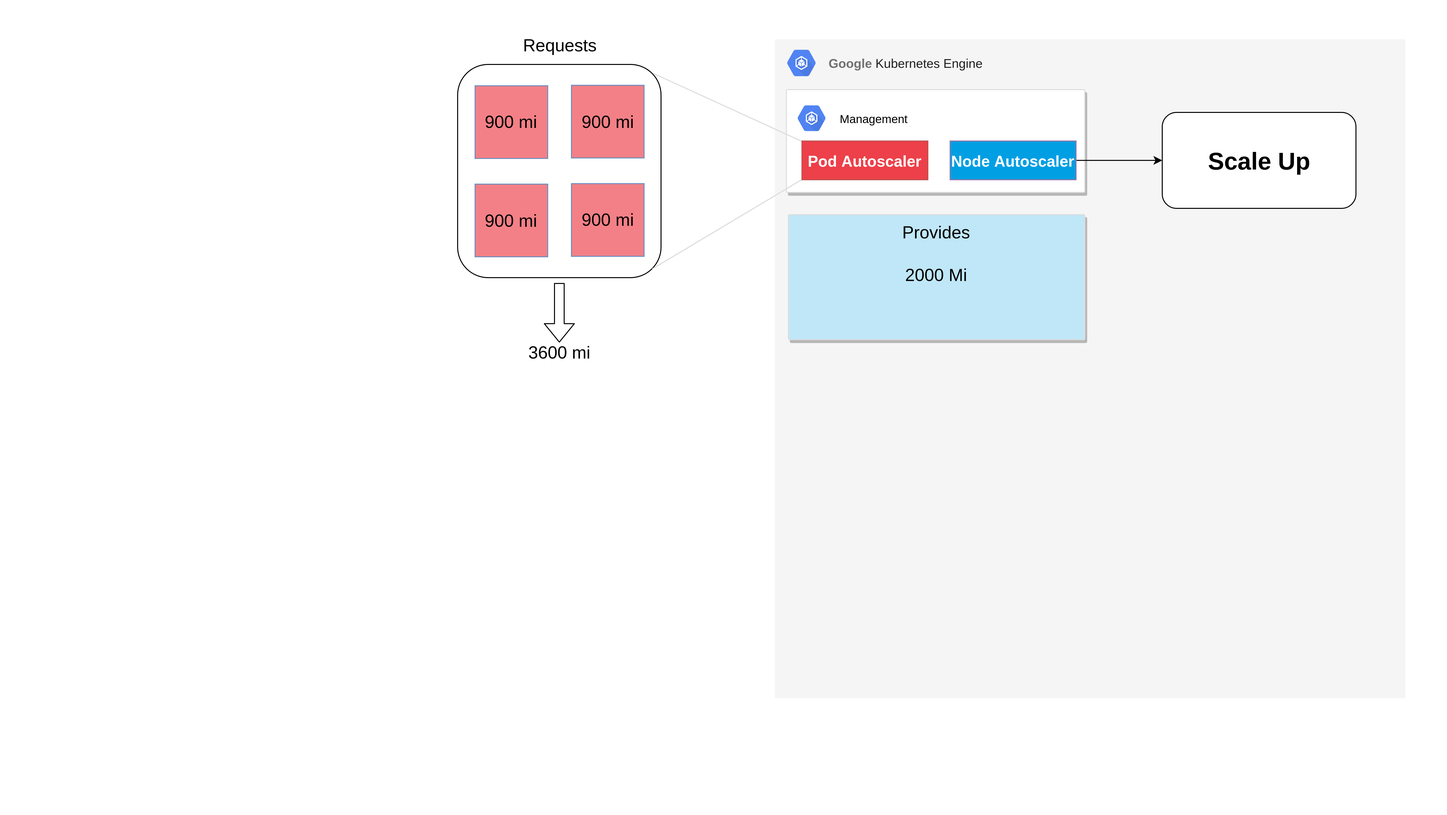
Earlier version of the draw.io export images/k8s-scaling-node-scale1.png (bastiandg/scaling-in-the-cloud). Source tidied: cells renumbered, new cells last; positions are measured from the earlier drawing's top-left corner, leaving out a move shared by most shapes. Source of this version:
```xml
<mxGraphModel background="#ffffff">
  <root>
    <mxCell id="0" />
    <mxCell id="1" parent="0" />
    <mxCell id="2" style="rounded=0;whiteSpace=wrap;html=1;align=left;fillColor=#f5f5f5;strokeColor=none;fontColor=#333333;verticalAlign=top;" parent="1" vertex="1">
      <mxGeometry x="799.5" y="40" width="651" height="680" as="geometry" />
    </mxCell>
    <mxCell id="3" style="html=1;fillColor=#5184F3;strokeColor=none;verticalAlign=top;labelPosition=center;verticalLabelPosition=bottom;align=center;spacingTop=-6;fontSize=11;fontStyle=1;fontColor=#999999;shape=mxgraph.gcp2.hexIcon;prIcon=container_engine;" parent="1" vertex="1">
      <mxGeometry x="804.5" y="44.5" width="45" height="40" as="geometry" />
    </mxCell>
    <mxCell id="4" value="&lt;b style=&quot;font-size: 13px ; text-align: left ; color: rgb(113 , 113 , 113) ; white-space: nowrap&quot;&gt;Google&amp;nbsp;&lt;/b&gt;&lt;span style=&quot;font-size: 13px ; text-align: left ; color: rgb(33 , 33 , 33) ; font-family: &amp;#34;roboto&amp;#34; , sans-serif&quot;&gt;Kubernetes Engine&lt;/span&gt;" style="text;html=1;strokeColor=none;fillColor=none;align=center;verticalAlign=middle;whiteSpace=wrap;rounded=0;" parent="1" vertex="1">
      <mxGeometry x="843.5" y="54.5" width="180" height="20" as="geometry" />
    </mxCell>
    <mxCell id="5" value="Provides&#10;&#10;2000 Mi" style="strokeColor=#dddddd;fillColor=#BFE7F8;shadow=1;strokeWidth=1;rounded=1;absoluteArcSize=1;arcSize=2;verticalAlign=top;fontSize=18;" parent="1" vertex="1">
      <mxGeometry x="813.5" y="221" width="306" height="129" as="geometry" />
    </mxCell>
    <mxCell id="6" style="strokeColor=#dddddd;fillColor=#ffffff;shadow=1;strokeWidth=1;rounded=1;absoluteArcSize=1;arcSize=2;verticalAlign=top;" parent="1" vertex="1">
      <mxGeometry x="811.5" y="92" width="308" height="106" as="geometry" />
    </mxCell>
    <mxCell id="7" style="strokeColor=none;fillColor=none;shadow=1;strokeWidth=1;rounded=1;absoluteArcSize=1;arcSize=2;" parent="1" vertex="1">
      <mxGeometry x="810.5" y="91.5" width="170" height="60" as="geometry" />
    </mxCell>
    <mxCell id="8" value="&lt;font color=&quot;#000000&quot;&gt;Management&lt;/font&gt;" style="dashed=0;html=1;fillColor=#5184F3;strokeColor=none;shape=mxgraph.gcp2.hexIcon;prIcon=container_engine;labelPosition=right;verticalLabelPosition=middle;align=left;verticalAlign=middle;spacingLeft=5;fontColor=#999999;fontSize=12;" parent="7" vertex="1">
      <mxGeometry y="0.5" width="44" height="39" relative="1" as="geometry">
        <mxPoint x="5" y="-19.5" as="offset" />
      </mxGeometry>
    </mxCell>
    <mxCell id="9" style="rounded=1;whiteSpace=wrap;html=1;" parent="1" vertex="1">
      <mxGeometry x="472" y="66" width="210" height="220" as="geometry" />
    </mxCell>
    <mxCell id="10" style="shape=flexArrow;endArrow=classic;html=1;entryX=0.5;entryY=0;entryDx=0;entryDy=0;" parent="1" edge="1" target="11">
      <mxGeometry relative="1" as="geometry">
        <mxPoint x="577" y="291.5" as="sourcePoint" />
      </mxGeometry>
    </mxCell>
    <mxCell id="11" value="3600 mi" style="text;html=1;strokeColor=none;fillColor=none;align=center;verticalAlign=middle;whiteSpace=wrap;rounded=0;fontSize=18;" parent="1" vertex="1">
      <mxGeometry x="538.5" y="353" width="77" height="20" as="geometry" />
    </mxCell>
    <mxCell id="12" style="endArrow=none;html=1;strokeColor=#DBDBDB;entryX=0.962;entryY=0.042;entryDx=0;entryDy=0;entryPerimeter=0;exitX=0;exitY=0.004;exitDx=0;exitDy=0;exitPerimeter=0;" parent="1" edge="1" target="9">
      <mxGeometry relative="1" as="geometry">
        <mxPoint x="827" y="145.2" as="sourcePoint" />
      </mxGeometry>
    </mxCell>
    <mxCell id="13" style="endArrow=none;html=1;strokeColor=#DBDBDB;exitX=0.957;exitY=0.959;exitDx=0;exitDy=0;exitPerimeter=0;entryX=-0.001;entryY=1.003;entryDx=0;entryDy=0;entryPerimeter=0;" parent="1" edge="1" source="9">
      <mxGeometry relative="1" as="geometry">
        <mxPoint x="826.9" y="185.1" as="targetPoint" />
      </mxGeometry>
    </mxCell>
    <mxCell id="14" value="Requests" style="text;html=1;strokeColor=none;fillColor=none;align=center;verticalAlign=middle;whiteSpace=wrap;rounded=0;fontSize=18;" parent="1" vertex="1">
      <mxGeometry x="472" y="36" width="210" height="20" as="geometry" />
    </mxCell>
    <mxCell id="15" value="&lt;font style=&quot;font-size: 25px&quot;&gt;&lt;b&gt;Scale Up&lt;/b&gt;&lt;/font&gt;" style="rounded=1;whiteSpace=wrap;html=1;" parent="1" vertex="1">
      <mxGeometry x="1199.5" y="115.5" width="200" height="99" as="geometry" />
    </mxCell>
    <mxCell id="16" style="endArrow=classic;html=1;entryX=0;entryY=0.5;entryDx=0;entryDy=0;exitX=1;exitY=0.5;exitDx=0;exitDy=0;" parent="1" edge="1" target="15">
      <mxGeometry relative="1" as="geometry">
        <mxPoint x="1110.5" y="165" as="sourcePoint" />
      </mxGeometry>
    </mxCell>
    <mxCell id="17" value="Node Autoscaler" style="rounded=0;html=1;fillColor=#009FE3;strokeColor=#9673a6;fontFamily=Arial;fontSize=16;fontStyle=1;fontColor=#FFFFFF;" parent="1" vertex="1">
      <mxGeometry x="980.5" y="145" width="130" height="40" as="geometry" />
    </mxCell>
    <mxCell id="18" value="Pod Autoscaler" style="rounded=0;html=1;fillColor=#ED404A;strokeColor=#b85450;fontColor=#FFFFFF;fontFamily=Arial;fontSize=16;fontStyle=1;" parent="1" vertex="1">
      <mxGeometry x="827.5" y="145" width="130" height="40" as="geometry" />
    </mxCell>
    <mxCell id="19" style="rounded=0;whiteSpace=wrap;html=1;fillColor=#F38086;strokeColor=#6c8ebf;" parent="1" vertex="1">
      <mxGeometry x="490" y="88" width="75" height="75" as="geometry" />
    </mxCell>
    <mxCell id="20" value="900 mi" style="text;html=1;strokeColor=none;fillColor=none;align=center;verticalAlign=middle;whiteSpace=wrap;rounded=0;fontSize=18;" parent="1" vertex="1">
      <mxGeometry x="490" y="115.5" width="75" height="20" as="geometry" />
    </mxCell>
    <mxCell id="21" style="rounded=0;whiteSpace=wrap;html=1;fillColor=#F38086;strokeColor=#6c8ebf;" parent="1" vertex="1">
      <mxGeometry x="589.5" y="87.5" width="75" height="75" as="geometry" />
    </mxCell>
    <mxCell id="22" value="900 mi" style="text;html=1;strokeColor=none;fillColor=none;align=center;verticalAlign=middle;whiteSpace=wrap;rounded=0;fontSize=18;" parent="1" vertex="1">
      <mxGeometry x="589.5" y="115" width="75" height="20" as="geometry" />
    </mxCell>
    <mxCell id="23" style="rounded=0;whiteSpace=wrap;html=1;fillColor=#F38086;strokeColor=#6c8ebf;" parent="1" vertex="1">
      <mxGeometry x="490" y="189.5" width="75" height="75" as="geometry" />
    </mxCell>
    <mxCell id="24" value="900 mi" style="text;html=1;strokeColor=none;fillColor=none;align=center;verticalAlign=middle;whiteSpace=wrap;rounded=0;fontSize=18;" parent="1" vertex="1">
      <mxGeometry x="490" y="217" width="75" height="20" as="geometry" />
    </mxCell>
    <mxCell id="25" style="rounded=0;whiteSpace=wrap;html=1;fillColor=#F38086;strokeColor=#6c8ebf;" parent="1" vertex="1">
      <mxGeometry x="589.5" y="189" width="75" height="75" as="geometry" />
    </mxCell>
    <mxCell id="26" value="900 mi" style="text;html=1;strokeColor=none;fillColor=none;align=center;verticalAlign=middle;whiteSpace=wrap;rounded=0;fontSize=18;" parent="1" vertex="1">
      <mxGeometry x="589.5" y="216.5" width="75" height="20" as="geometry" />
    </mxCell>
    <mxCell id="27" style="rounded=0;whiteSpace=wrap;html=1;fillColor=none;perimeter=none;backgroundOutline=1;strokeColor=none;" parent="1" vertex="1">
      <mxGeometry width="1493" height="840" as="geometry" />
    </mxCell>
  </root>
</mxGraphModel>
```
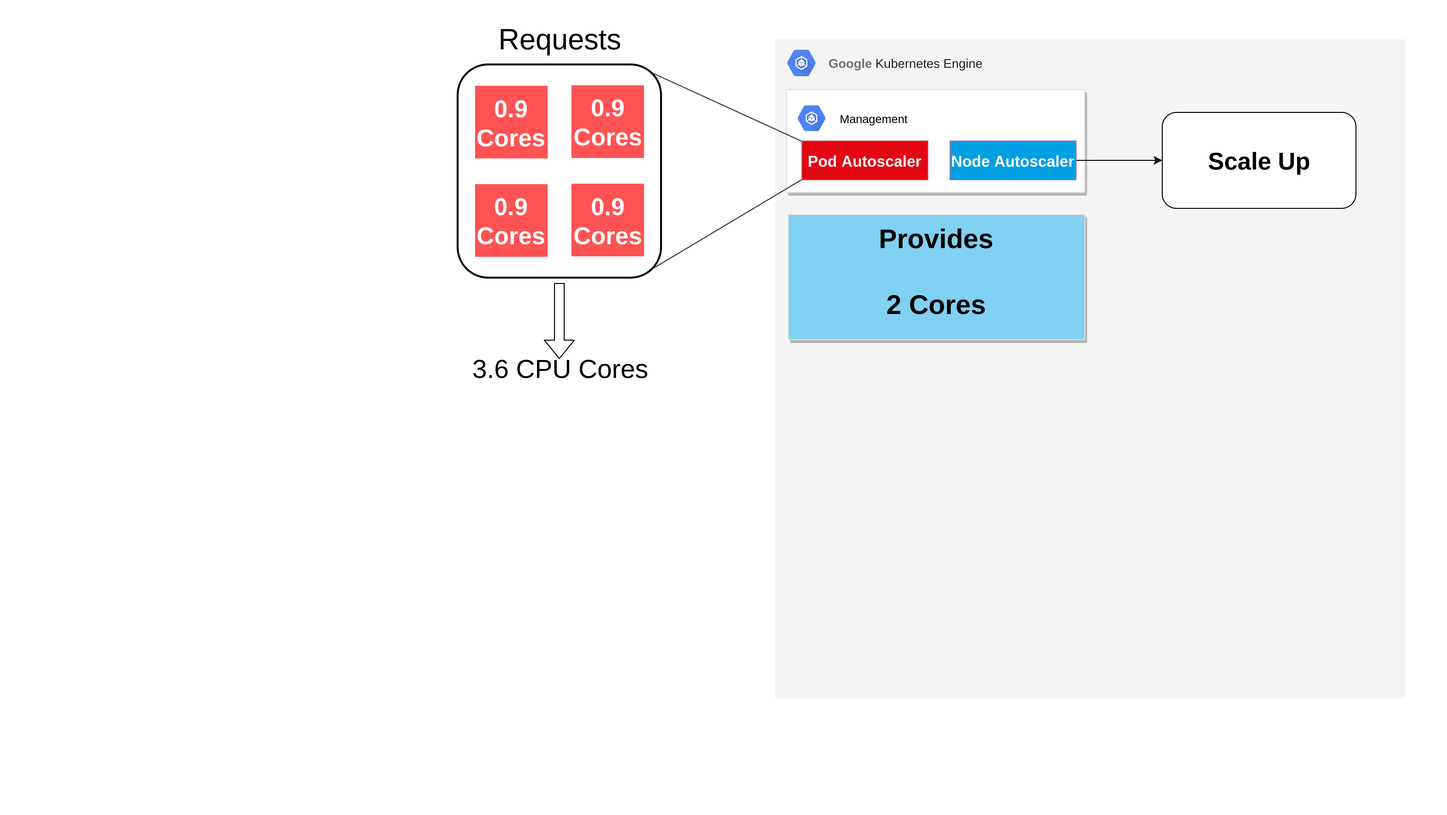
Later version of the same file.

What changed in the source:
```diff
@@ -11,7 +11,7 @@
     <mxCell id="4" value="&lt;b style=&quot;font-size: 13px ; text-align: left ; color: rgb(113 , 113 , 113) ; white-space: nowrap&quot;&gt;Google&amp;nbsp;&lt;/b&gt;&lt;span style=&quot;font-size: 13px ; text-align: left ; color: rgb(33 , 33 , 33) ; font-family: &amp;#34;roboto&amp;#34; , sans-serif&quot;&gt;Kubernetes Engine&lt;/span&gt;" style="text;html=1;strokeColor=none;fillColor=none;align=center;verticalAlign=middle;whiteSpace=wrap;rounded=0;" parent="1" vertex="1">
       <mxGeometry x="843.5" y="54.5" width="180" height="20" as="geometry" />
     </mxCell>
-    <mxCell id="5" value="Provides&#10;&#10;2000 Mi" style="strokeColor=#dddddd;fillColor=#BFE7F8;shadow=1;strokeWidth=1;rounded=1;absoluteArcSize=1;arcSize=2;verticalAlign=top;fontSize=18;" parent="1" vertex="1">
+    <mxCell id="5" value="Provides&#10;&#10;2 Cores" style="strokeColor=#dddddd;fillColor=#80D0F2;shadow=1;strokeWidth=1;rounded=1;absoluteArcSize=1;arcSize=2;verticalAlign=top;fontSize=28;fontColor=#000000;fontStyle=1;" parent="1" vertex="1">
       <mxGeometry x="813.5" y="221" width="306" height="129" as="geometry" />
     </mxCell>
     <mxCell id="6" style="strokeColor=#dddddd;fillColor=#ffffff;shadow=1;strokeWidth=1;rounded=1;absoluteArcSize=1;arcSize=2;verticalAlign=top;" parent="1" vertex="1">
@@ -25,70 +25,58 @@
         <mxPoint x="5" y="-19.5" as="offset" />
       </mxGeometry>
     </mxCell>
-    <mxCell id="9" style="rounded=1;whiteSpace=wrap;html=1;" parent="1" vertex="1">
-      <mxGeometry x="472" y="66" width="210" height="220" as="geometry" />
+    <mxCell id="9" value="&lt;font style=&quot;font-size: 25px&quot;&gt;&lt;b&gt;Scale Up&lt;/b&gt;&lt;/font&gt;" style="rounded=1;whiteSpace=wrap;html=1;" parent="1" vertex="1">
+      <mxGeometry x="1199.5" y="115.5" width="200" height="99" as="geometry" />
     </mxCell>
-    <mxCell id="10" style="shape=flexArrow;endArrow=classic;html=1;entryX=0.5;entryY=0;entryDx=0;entryDy=0;" parent="1" edge="1" target="11">
+    <mxCell id="10" style="endArrow=classic;html=1;entryX=0;entryY=0.5;entryDx=0;entryDy=0;exitX=1;exitY=0.5;exitDx=0;exitDy=0;" parent="1" edge="1" target="9">
       <mxGeometry relative="1" as="geometry">
-        <mxPoint x="577" y="291.5" as="sourcePoint" />
+        <mxPoint x="1110.5" y="165" as="sourcePoint" />
       </mxGeometry>
     </mxCell>
-    <mxCell id="11" value="3600 mi" style="text;html=1;strokeColor=none;fillColor=none;align=center;verticalAlign=middle;whiteSpace=wrap;rounded=0;fontSize=18;" parent="1" vertex="1">
-      <mxGeometry x="538.5" y="353" width="77" height="20" as="geometry" />
+    <mxCell id="11" value="Node Autoscaler" style="rounded=0;html=1;fillColor=#009FE3;strokeColor=#9673a6;fontFamily=Arial;fontSize=16;fontStyle=1;fontColor=#FFFFFF;" parent="1" vertex="1">
+      <mxGeometry x="980.5" y="145" width="130" height="40" as="geometry" />
     </mxCell>
-    <mxCell id="12" style="endArrow=none;html=1;strokeColor=#DBDBDB;entryX=0.962;entryY=0.042;entryDx=0;entryDy=0;entryPerimeter=0;exitX=0;exitY=0.004;exitDx=0;exitDy=0;exitPerimeter=0;" parent="1" edge="1" target="9">
-      <mxGeometry relative="1" as="geometry">
-        <mxPoint x="827" y="145.2" as="sourcePoint" />
-      </mxGeometry>
+    <mxCell id="12" value="Pod Autoscaler" style="rounded=0;html=1;fillColor=#E30613;strokeColor=#b85450;fontColor=#FFFFFF;fontFamily=Arial;fontSize=16;fontStyle=1;" parent="1" vertex="1">
+      <mxGeometry x="827.5" y="145" width="130" height="40" as="geometry" />
     </mxCell>
-    <mxCell id="13" style="endArrow=none;html=1;strokeColor=#DBDBDB;exitX=0.957;exitY=0.959;exitDx=0;exitDy=0;exitPerimeter=0;entryX=-0.001;entryY=1.003;entryDx=0;entryDy=0;entryPerimeter=0;" parent="1" edge="1" source="9">
-      <mxGeometry relative="1" as="geometry">
-        <mxPoint x="826.9" y="185.1" as="targetPoint" />
-      </mxGeometry>
+    <mxCell id="13" style="rounded=1;whiteSpace=wrap;html=1;strokeWidth=2;" parent="1" vertex="1">
+      <mxGeometry x="472" y="66" width="210" height="220" as="geometry" />
     </mxCell>
-    <mxCell id="14" value="Requests" style="text;html=1;strokeColor=none;fillColor=none;align=center;verticalAlign=middle;whiteSpace=wrap;rounded=0;fontSize=18;" parent="1" vertex="1">
-      <mxGeometry x="472" y="36" width="210" height="20" as="geometry" />
+    <mxCell id="14" value="&lt;span style=&quot;font-size: 25px ; white-space: normal&quot;&gt;0.9 Cores&lt;/span&gt;" style="rounded=0;whiteSpace=wrap;html=1;fillColor=#FF5252;strokeColor=none;fontColor=#FFFFFF;fontStyle=1;" parent="1" vertex="1">
+      <mxGeometry x="490" y="88" width="75" height="75" as="geometry" />
     </mxCell>
-    <mxCell id="15" value="&lt;font style=&quot;font-size: 25px&quot;&gt;&lt;b&gt;Scale Up&lt;/b&gt;&lt;/font&gt;" style="rounded=1;whiteSpace=wrap;html=1;" parent="1" vertex="1">
-      <mxGeometry x="1199.5" y="115.5" width="200" height="99" as="geometry" />
+    <mxCell id="15" value="&lt;span style=&quot;font-size: 25px ; white-space: normal&quot;&gt;0.9 Cores&lt;/span&gt;" style="rounded=0;whiteSpace=wrap;html=1;fillColor=#FF5252;strokeColor=none;fontColor=#FFFFFF;fontStyle=1;" parent="1" vertex="1">
+      <mxGeometry x="589.5" y="87.5" width="75" height="75" as="geometry" />
     </mxCell>
-    <mxCell id="16" style="endArrow=classic;html=1;entryX=0;entryY=0.5;entryDx=0;entryDy=0;exitX=1;exitY=0.5;exitDx=0;exitDy=0;" parent="1" edge="1" target="15">
-      <mxGeometry relative="1" as="geometry">
-        <mxPoint x="1110.5" y="165" as="sourcePoint" />
-      </mxGeometry>
+    <mxCell id="16" value="&lt;span style=&quot;font-size: 25px ; white-space: normal&quot;&gt;0.9 Cores&lt;/span&gt;" style="rounded=0;whiteSpace=wrap;html=1;fillColor=#FF5252;strokeColor=none;fontColor=#FFFFFF;fontStyle=1;" parent="1" vertex="1">
+      <mxGeometry x="490" y="189.5" width="75" height="75" as="geometry" />
     </mxCell>
-    <mxCell id="17" value="Node Autoscaler" style="rounded=0;html=1;fillColor=#009FE3;strokeColor=#9673a6;fontFamily=Arial;fontSize=16;fontStyle=1;fontColor=#FFFFFF;" parent="1" vertex="1">
-      <mxGeometry x="980.5" y="145" width="130" height="40" as="geometry" />
+    <mxCell id="17" value="&lt;span style=&quot;font-size: 25px ; white-space: normal&quot;&gt;0.9 Cores&lt;/span&gt;" style="rounded=0;whiteSpace=wrap;html=1;fillColor=#FF5252;strokeColor=none;fontColor=#FFFFFF;fontStyle=1;" parent="1" vertex="1">
+      <mxGeometry x="589.5" y="189" width="75" height="75" as="geometry" />
     </mxCell>
-    <mxCell id="18" value="Pod Autoscaler" style="rounded=0;html=1;fillColor=#ED404A;strokeColor=#b85450;fontColor=#FFFFFF;fontFamily=Arial;fontSize=16;fontStyle=1;" parent="1" vertex="1">
-      <mxGeometry x="827.5" y="145" width="130" height="40" as="geometry" />
+    <mxCell id="18" style="shape=flexArrow;endArrow=classic;html=1;entryX=0.5;entryY=0;entryDx=0;entryDy=0;" parent="1" edge="1" target="19">
+      <mxGeometry relative="1" as="geometry">
+        <mxPoint x="577" y="291.5" as="sourcePoint" />
+      </mxGeometry>
     </mxCell>
-    <mxCell id="19" style="rounded=0;whiteSpace=wrap;html=1;fillColor=#F38086;strokeColor=#6c8ebf;" parent="1" vertex="1">
-      <mxGeometry x="490" y="88" width="75" height="75" as="geometry" />
+    <mxCell id="19" value="3.6 CPU Cores" style="text;html=1;strokeColor=none;fillColor=none;align=center;verticalAlign=middle;whiteSpace=wrap;rounded=0;fontSize=27;" parent="1" vertex="1">
+      <mxGeometry x="446.5" y="370" width="261" height="20" as="geometry" />
     </mxCell>
-    <mxCell id="20" value="900 mi" style="text;html=1;strokeColor=none;fillColor=none;align=center;verticalAlign=middle;whiteSpace=wrap;rounded=0;fontSize=18;" parent="1" vertex="1">
-      <mxGeometry x="490" y="115.5" width="75" height="20" as="geometry" />
+    <mxCell id="20" style="endArrow=none;html=1;strokeColor=#333333;entryX=0.962;entryY=0.042;entryDx=0;entryDy=0;entryPerimeter=0;exitX=0;exitY=0.004;exitDx=0;exitDy=0;exitPerimeter=0;" parent="1" edge="1" target="13">
+      <mxGeometry relative="1" as="geometry">
+        <mxPoint x="827" y="145.2" as="sourcePoint" />
+      </mxGeometry>
     </mxCell>
-    <mxCell id="21" style="rounded=0;whiteSpace=wrap;html=1;fillColor=#F38086;strokeColor=#6c8ebf;" parent="1" vertex="1">
-      <mxGeometry x="589.5" y="87.5" width="75" height="75" as="geometry" />
+    <mxCell id="21" style="endArrow=none;html=1;strokeColor=#333333;exitX=0.957;exitY=0.959;exitDx=0;exitDy=0;exitPerimeter=0;entryX=-0.001;entryY=1.003;entryDx=0;entryDy=0;entryPerimeter=0;" parent="1" edge="1" source="13">
+      <mxGeometry relative="1" as="geometry">
+        <mxPoint x="826.9" y="185.1" as="targetPoint" />
+      </mxGeometry>
     </mxCell>
-    <mxCell id="22" value="900 mi" style="text;html=1;strokeColor=none;fillColor=none;align=center;verticalAlign=middle;whiteSpace=wrap;rounded=0;fontSize=18;" parent="1" vertex="1">
-      <mxGeometry x="589.5" y="115" width="75" height="20" as="geometry" />
+    <mxCell id="22" value="Requests" style="text;html=1;strokeColor=none;fillColor=none;align=center;verticalAlign=middle;whiteSpace=wrap;rounded=0;fontSize=30;" parent="1" vertex="1">
+      <mxGeometry x="472" y="30" width="210" height="20" as="geometry" />
     </mxCell>
-    <mxCell id="23" style="rounded=0;whiteSpace=wrap;html=1;fillColor=#F38086;strokeColor=#6c8ebf;" parent="1" vertex="1">
-      <mxGeometry x="490" y="189.5" width="75" height="75" as="geometry" />
+    <mxCell id="23" style="rounded=0;whiteSpace=wrap;html=1;fillColor=none;perimeter=none;backgroundOutline=1;strokeColor=none;" parent="1" vertex="1">
+      <mxGeometry width="1493" height="840" as="geometry" />
     </mxCell>
-    <mxCell id="24" value="900 mi" style="text;html=1;strokeColor=none;fillColor=none;align=center;verticalAlign=middle;whiteSpace=wrap;rounded=0;fontSize=18;" parent="1" vertex="1">
-      <mxGeometry x="490" y="217" width="75" height="20" as="geometry" />
-    </mxCell>
-    <mxCell id="25" style="rounded=0;whiteSpace=wrap;html=1;fillColor=#F38086;strokeColor=#6c8ebf;" parent="1" vertex="1">
-      <mxGeometry x="589.5" y="189" width="75" height="75" as="geometry" />
-    </mxCell>
-    <mxCell id="26" value="900 mi" style="text;html=1;strokeColor=none;fillColor=none;align=center;verticalAlign=middle;whiteSpace=wrap;rounded=0;fontSize=18;" parent="1" vertex="1">
-      <mxGeometry x="589.5" y="216.5" width="75" height="20" as="geometry" />
-    </mxCell>
-    <mxCell id="27" style="rounded=0;whiteSpace=wrap;html=1;fillColor=none;perimeter=none;backgroundOutline=1;strokeColor=none;" parent="1" vertex="1">
-      <mxGeometry width="1493" height="840" as="geometry" />
-    </mxCell>
   </root>
 </mxGraphModel>
```
